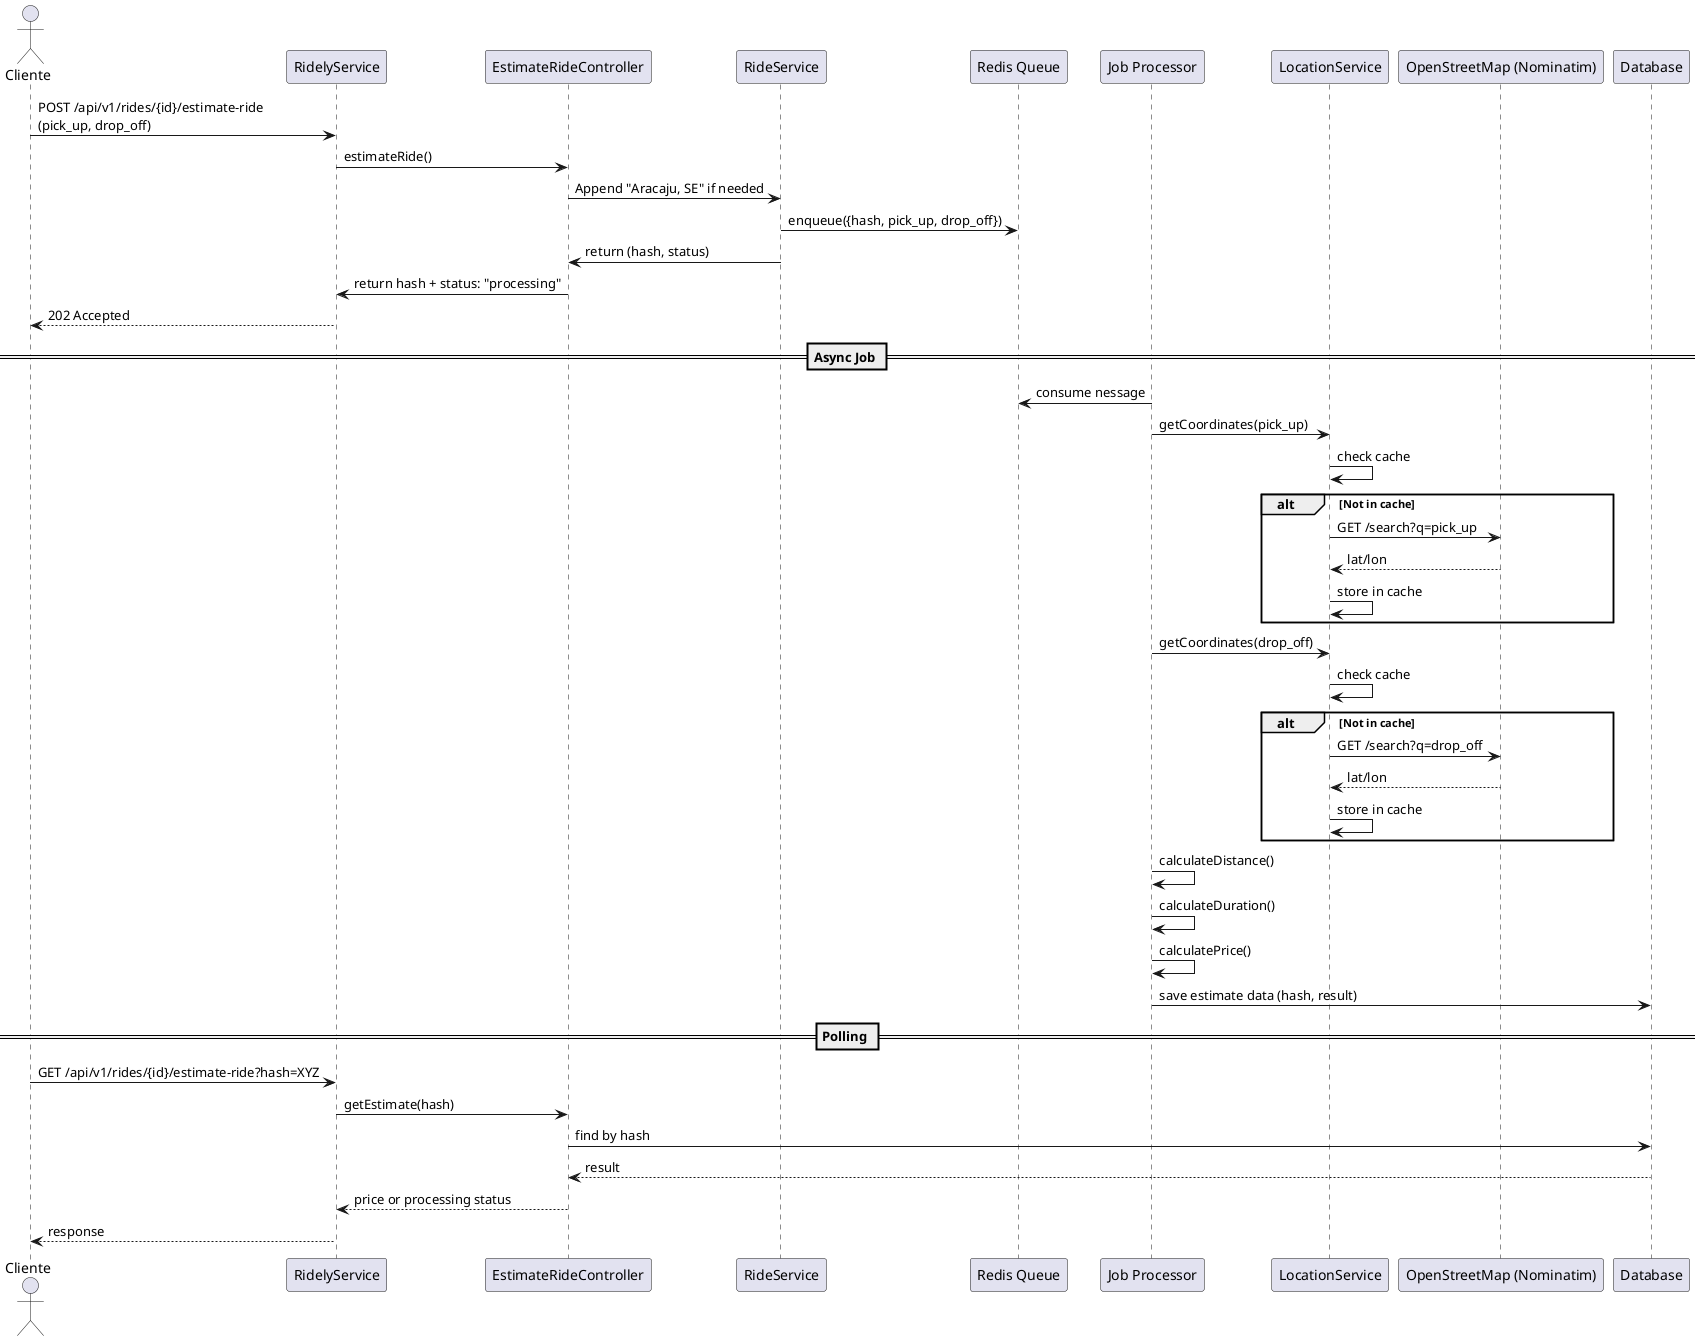
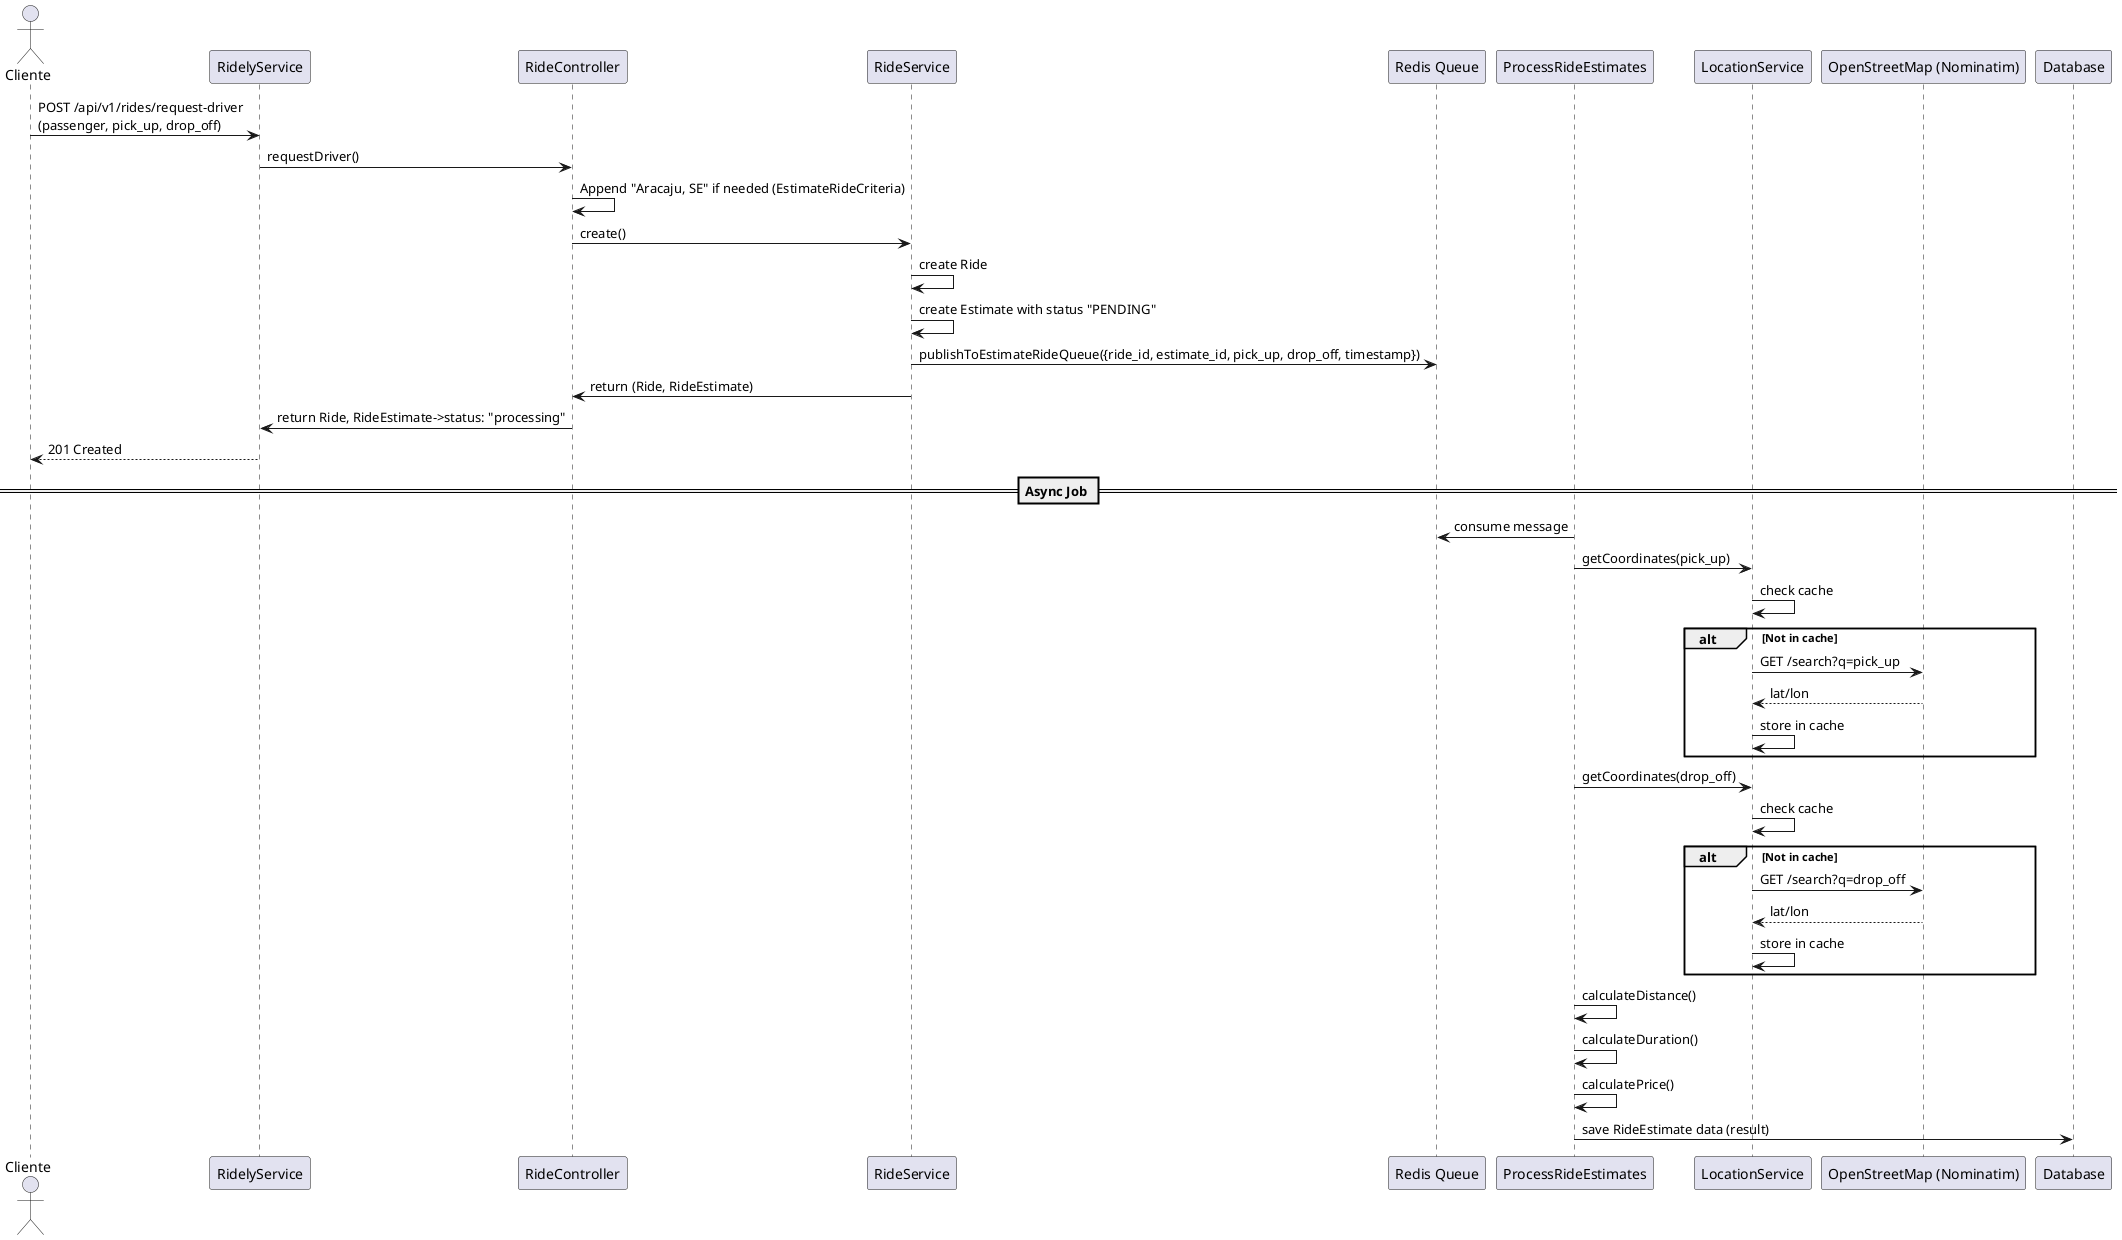
@startuml
actor Cliente
participant "RidelyService" as RidelyService
- participant "EstimateRideController" as Controller
+ participant "RideController" as Controller
participant "RideService"
participant "Redis Queue" as RedisQueue
- participant "Job Processor" as JobProcessor
+ participant "ProcessRideEstimates" as ProcessRideEstimates

participant "LocationService"
participant "OpenStreetMap (Nominatim)" as Nominatim
participant "Database"

- Cliente -> RidelyService : POST /api/v1/rides/{id}/estimate-ride\n(pick_up, drop_off)
- RidelyService -> Controller : estimateRide()
- Controller -> RideService : Append "Aracaju, SE" if needed
- RideService -> RedisQueue : enqueue({hash, pick_up, drop_off})
- 'RideService -> Database : save estimate request data
- 'Database -> RideService : return (hash, status)
- RideService -> Controller : return (hash, status)
- Controller -> RidelyService : return hash + status: "processing"
- RidelyService --> Cliente : 202 Accepted
+ Cliente -> RidelyService : POST /api/v1/rides/request-driver\n(passenger, pick_up, drop_off)
+ RidelyService -> Controller : requestDriver()
+ Controller -> Controller : Append "Aracaju, SE" if needed (EstimateRideCriteria)
+ Controller -> RideService : create()
+ RideService -> RideService : create Ride
+ RideService -> RideService : create Estimate with status "PENDING"
+ 
+ RideService -> RedisQueue : publishToEstimateRideQueue({ride_id, estimate_id, pick_up, drop_off, timestamp})
+ RideService -> Controller : return (Ride, RideEstimate)
+ Controller -> RidelyService : return Ride, RideEstimate->status: "processing"
+ RidelyService --> Cliente : 201 Created

== Async Job ==

- JobProcessor -> RedisQueue : consume nessage
- JobProcessor -> LocationService : getCoordinates(pick_up)
+ ProcessRideEstimates -> RedisQueue : consume message
+ ProcessRideEstimates -> LocationService : getCoordinates(pick_up)
LocationService -> LocationService : check cache
alt Not in cache
    LocationService -> Nominatim : GET /search?q=pick_up
    Nominatim --> LocationService : lat/lon
    LocationService -> LocationService : store in cache
end
- JobProcessor -> LocationService : getCoordinates(drop_off)
+ 
+ ProcessRideEstimates -> LocationService : getCoordinates(drop_off)
LocationService -> LocationService : check cache
alt Not in cache
    LocationService -> Nominatim : GET /search?q=drop_off
    Nominatim --> LocationService : lat/lon
    LocationService -> LocationService : store in cache
end
- JobProcessor -> JobProcessor : calculateDistance()
- JobProcessor -> JobProcessor : calculateDuration()
- JobProcessor -> JobProcessor : calculatePrice()
- JobProcessor -> Database : save estimate data (hash, result)
+ ProcessRideEstimates -> ProcessRideEstimates : calculateDistance()
+ ProcessRideEstimates -> ProcessRideEstimates : calculateDuration()
+ ProcessRideEstimates -> ProcessRideEstimates : calculatePrice()
+ ProcessRideEstimates -> Database : save RideEstimate data (result)

- == Polling ==

- Cliente -> RidelyService : GET /api/v1/rides/{id}/estimate-ride?hash=XYZ
- RidelyService -> Controller : getEstimate(hash)
- Controller -> Database : find by hash
- Database --> Controller : result
- Controller --> RidelyService : price or processing status
- RidelyService --> Cliente : response
@enduml
